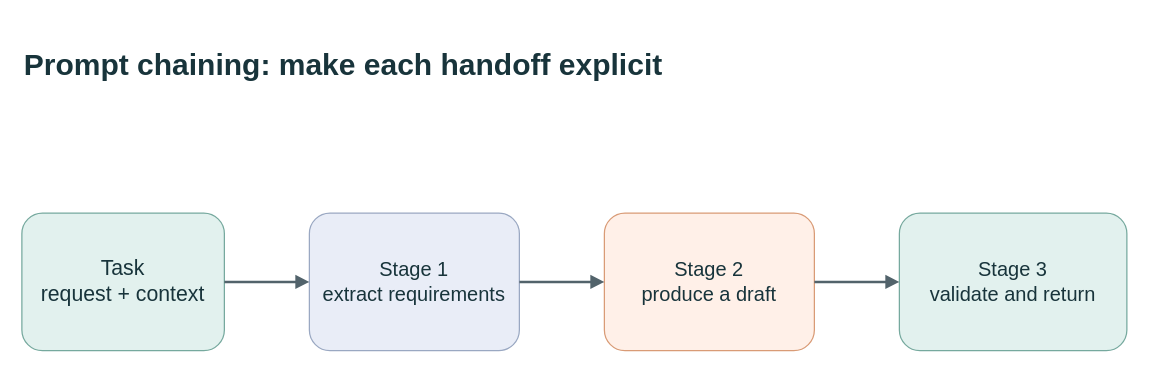
Before: docs/images/prompt-chaining-visual-summary.drawio in evoiz/Agentic-Design-Patterns, a draw.io diagram. Source tidied: cells renumbered, new cells numbered last; positions are measured from the earlier drawing's top-left corner, leaving out a move shared by most shapes. Both pictures are drawn from the tidied source at 125%, with x=0, y=0 at pixel (21, 21).
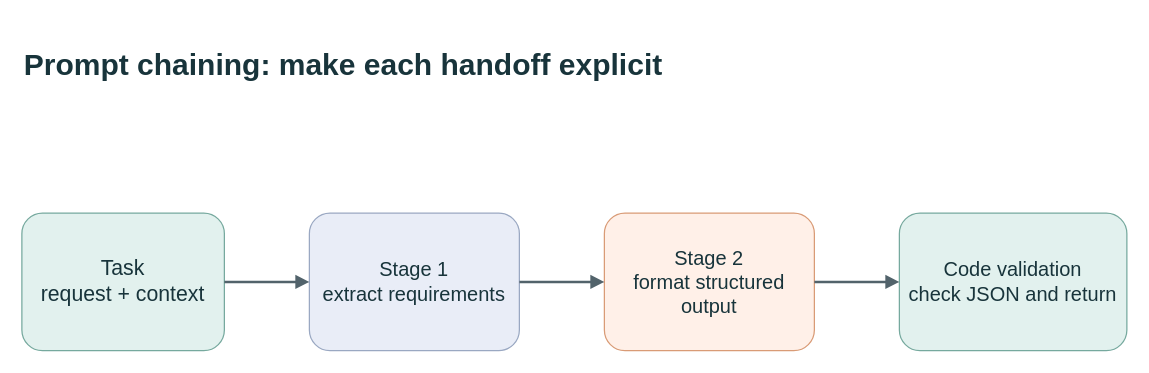
After the change.

What changed in the source:
```diff
@@
 <mxGraphModel>
   <root>
     <mxCell id="0" />
     <mxCell id="1" parent="0" />
     <mxCell id="2" value="Prompt chaining: make each handoff explicit" style="text;html=1;align=left;verticalAlign=middle;whiteSpace=wrap;rounded=0;fontSize=24;fontStyle=1;fontColor=#18343B;" parent="1" vertex="1">
       <mxGeometry width="800" height="70" as="geometry" />
     </mxCell>
     <mxCell id="3" value="Task&#10;request + context" style="rounded=1;whiteSpace=wrap;html=1;fillColor=#E2F1EE;strokeColor=#76A99E;fontColor=#18343B;fontSize=17;" parent="1" vertex="1">
       <mxGeometry y="153" width="162" height="110" as="geometry" />
     </mxCell>
     <mxCell id="4" value="Stage 1&#10;extract requirements" style="rounded=1;whiteSpace=wrap;html=1;fillColor=#E9EDF7;strokeColor=#9AA8C2;fontColor=#18343B;fontSize=16;" parent="1" vertex="1">
       <mxGeometry x="230" y="153" width="168" height="110" as="geometry" />
     </mxCell>
-    <mxCell id="5" value="Stage 2&#10;produce a draft" style="rounded=1;whiteSpace=wrap;html=1;fillColor=#FFF0E8;strokeColor=#D99B76;fontColor=#18343B;fontSize=16;" parent="1" vertex="1">
+    <mxCell id="5" value="Stage 2&#10;format structured output" style="rounded=1;whiteSpace=wrap;html=1;fillColor=#FFF0E8;strokeColor=#D99B76;fontColor=#18343B;fontSize=16;" parent="1" vertex="1">
       <mxGeometry x="466" y="153" width="168" height="110" as="geometry" />
     </mxCell>
-    <mxCell id="6" value="Stage 3&#10;validate and return" style="rounded=1;whiteSpace=wrap;html=1;fillColor=#E2F1EE;strokeColor=#76A99E;fontColor=#18343B;fontSize=16;" parent="1" vertex="1">
+    <mxCell id="6" value="Code validation&#10;check JSON and return" style="rounded=1;whiteSpace=wrap;html=1;fillColor=#E2F1EE;strokeColor=#76A99E;fontColor=#18343B;fontSize=16;" parent="1" vertex="1">
       <mxGeometry x="702" y="153" width="182" height="110" as="geometry" />
     </mxCell>
     <mxCell id="7" style="edgeStyle=orthogonalEdgeStyle;rounded=0;html=1;endArrow=block;endFill=1;strokeColor=#52636B;strokeWidth=2;" parent="1" edge="1" source="3" target="4">
       <mxGeometry relative="1" as="geometry" />
     </mxCell>
     <mxCell id="8" style="edgeStyle=orthogonalEdgeStyle;rounded=0;html=1;endArrow=block;endFill=1;strokeColor=#52636B;strokeWidth=2;" parent="1" edge="1" source="4" target="5">
       <mxGeometry relative="1" as="geometry" />
     </mxCell>
     <mxCell id="9" style="edgeStyle=orthogonalEdgeStyle;rounded=0;html=1;endArrow=block;endFill=1;strokeColor=#52636B;strokeWidth=2;" parent="1" edge="1" source="5" target="6">
       <mxGeometry relative="1" as="geometry" />
     </mxCell>
   </root>
 </mxGraphModel>
```
